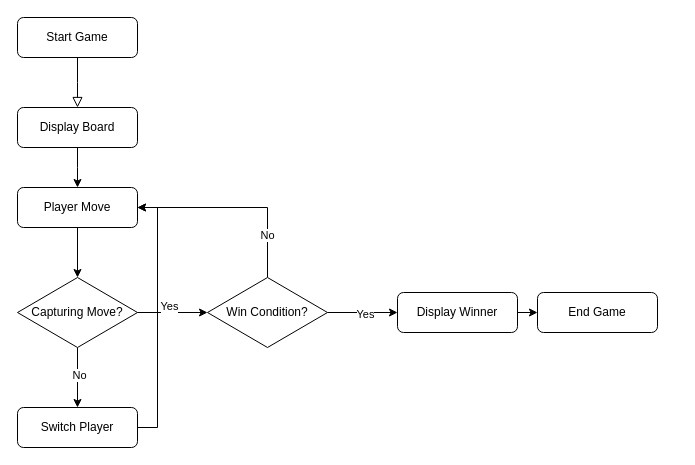
b-rattray04/Group1-HexOust-Game keeps this draw.io diagram as Sequence Diagram.drawio. Above is the earlier version. Source tidied: cells renumbered, new cells numbered last; positions are measured from the earlier drawing's top-left corner, leaving out a move shared by most shapes. Both pictures are drawn from the tidied source at 100%, with x=0, y=0 at pixel (17, 17).
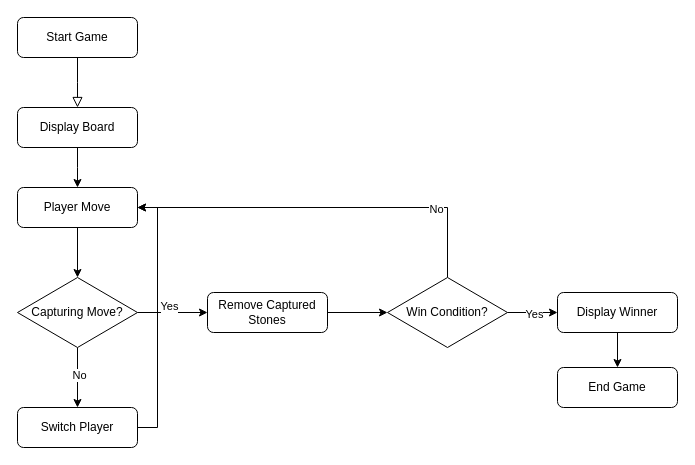
After the change.

Commit message:
Adding step for removing stones

Diff of the diagram source:
```diff
@@
     <mxCell id="19" value="Win Condition?" style="rhombus;whiteSpace=wrap;html=1;" parent="1" vertex="1">
-      <mxGeometry x="190" y="260" width="120" height="70" as="geometry" />
+      <mxGeometry x="370" y="260" width="120" height="70" as="geometry" />
     </mxCell>
-    <mxCell id="20" style="edgeStyle=orthogonalEdgeStyle;rounded=0;jettySize=auto;html=1;exitX=1;exitY=0.5;exitDx=0;exitDy=0;entryX=0;entryY=0.5;entryDx=0;entryDy=0;" parent="1" edge="1" source="21" target="22">
+    <mxCell id="20" style="edgeStyle=orthogonalEdgeStyle;rounded=0;jettySize=auto;html=1;exitX=0.5;exitY=1;exitDx=0;exitDy=0;entryX=0.5;entryY=0;entryDx=0;entryDy=0;" parent="1" edge="1" source="21" target="22">
       <mxGeometry relative="1" as="geometry" />
     </mxCell>
     <mxCell id="21" value="Display Winner" style="rounded=1;whiteSpace=wrap;html=1;fontSize=12;glass=0;strokeWidth=1;shadow=0;" parent="1" vertex="1">
-      <mxGeometry x="380" y="275" width="120" height="40" as="geometry" />
+      <mxGeometry x="540" y="275" width="120" height="40" as="geometry" />
     </mxCell>
     <mxCell id="22" value="End Game" style="rounded=1;whiteSpace=wrap;html=1;fontSize=12;glass=0;strokeWidth=1;shadow=0;" parent="1" vertex="1">
-      <mxGeometry x="520" y="275" width="120" height="40" as="geometry" />
+      <mxGeometry x="540" y="350" width="120" height="40" as="geometry" />
     </mxCell>
+    <mxCell id="23" style="edgeStyle=orthogonalEdgeStyle;rounded=0;jettySize=auto;html=1;exitX=1;exitY=0.5;exitDx=0;exitDy=0;entryX=0;entryY=0.5;entryDx=0;entryDy=0;" parent="1" edge="1" source="24" target="19">
+      <mxGeometry relative="1" as="geometry" />
+    </mxCell>
+    <mxCell id="24" value="Remove Captured Stones" style="rounded=1;whiteSpace=wrap;html=1;fontSize=12;glass=0;strokeWidth=1;shadow=0;" parent="1" vertex="1">
+      <mxGeometry x="190" y="275" width="120" height="40" as="geometry" />
+    </mxCell>
```
